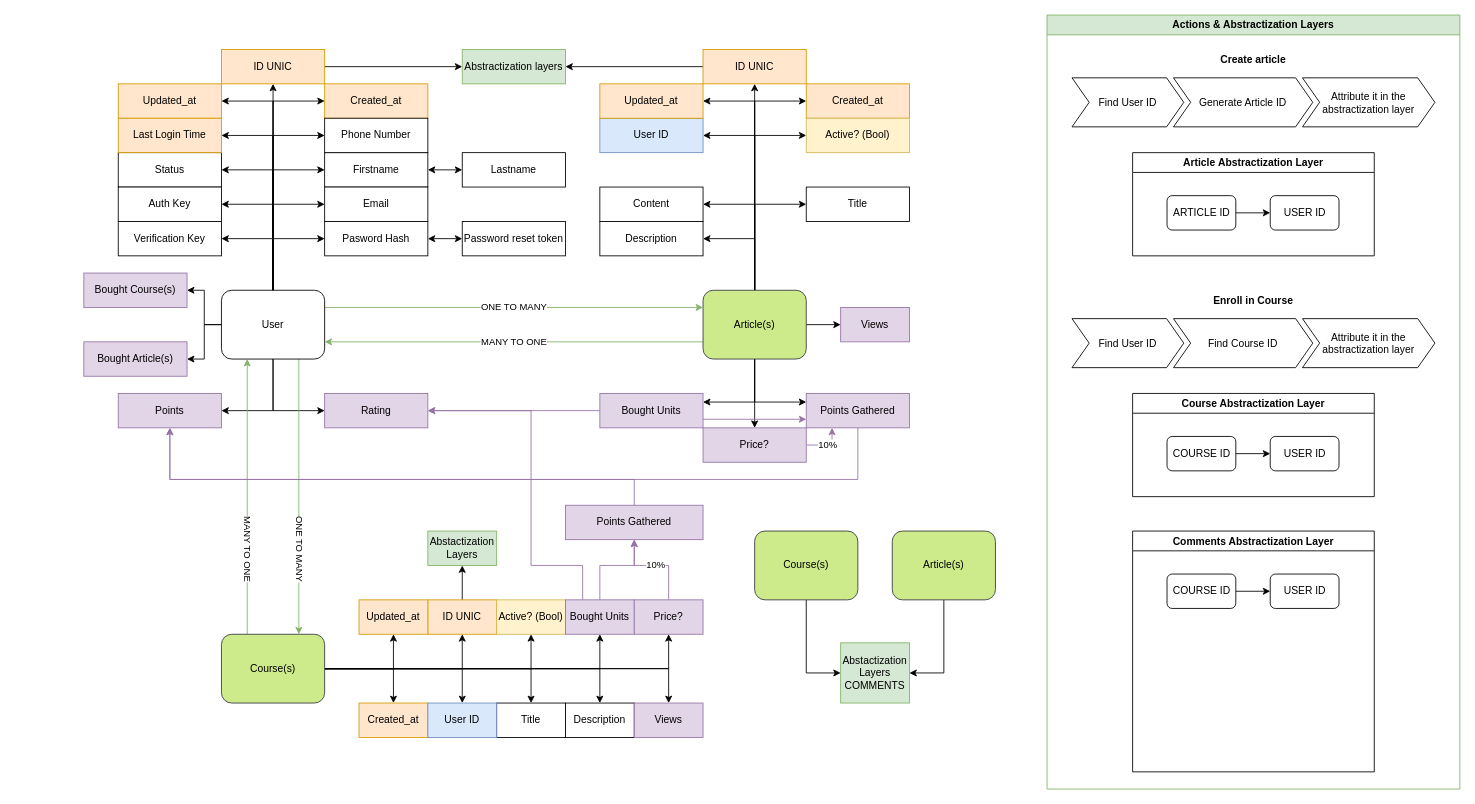
Before: docs/SkillSwap Structure.drawio in AndreicuD/SkillSwap, a draw.io diagram. Source tidied: cells renumbered, new cells numbered last; positions are measured from the earlier drawing's top-left corner, leaving out a move shared by most shapes. Both pictures are drawn from the tidied source at 86%, with x=0, y=0 at pixel (83, 15).
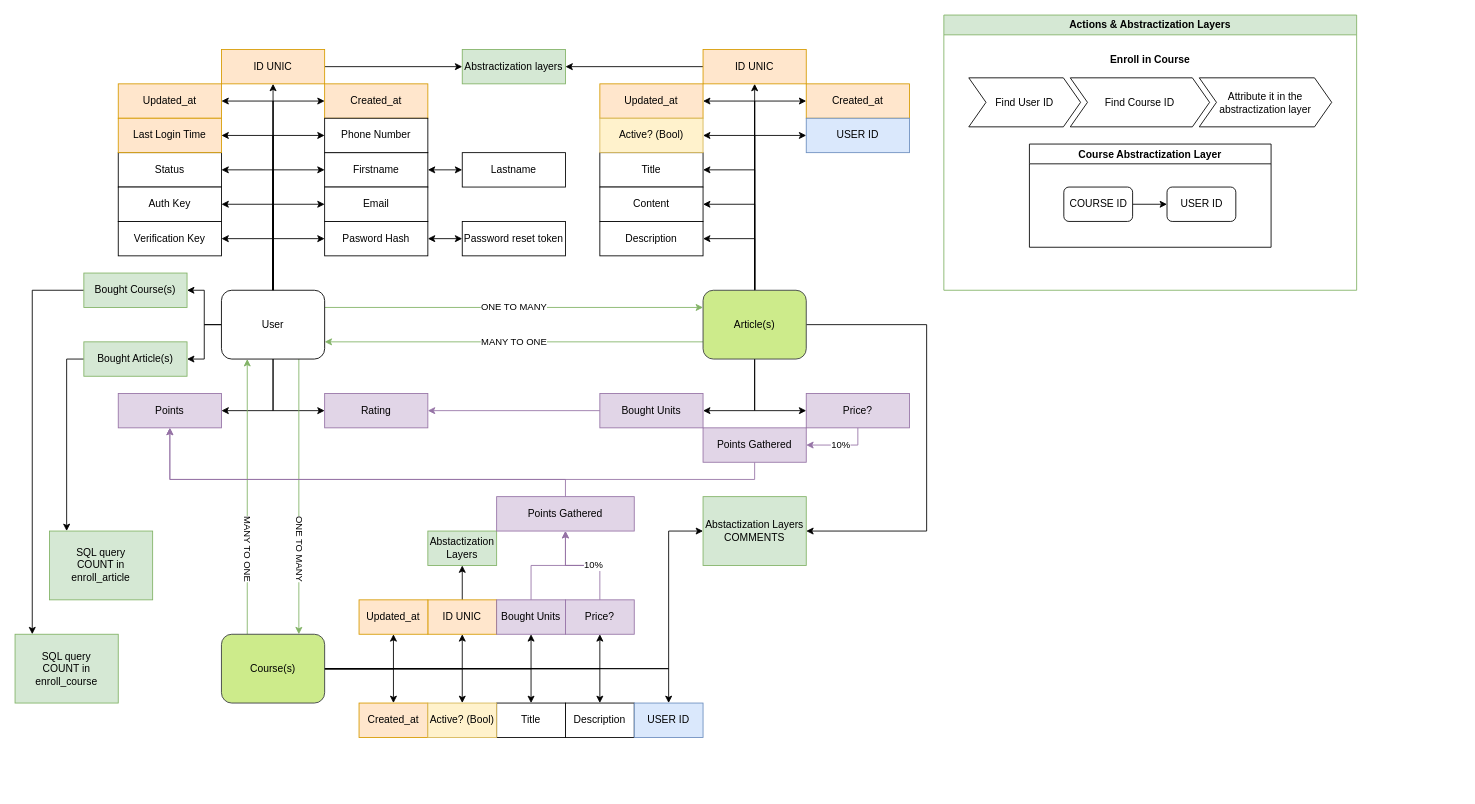
Above is the later version.

The change refers to these unchanged cells:
```xml
<mxCell id="18" value="User" style="rounded=1;whiteSpace=wrap;html=1;" parent="1" vertex="1">
  <mxGeometry x="160" y="320" width="120" height="80" as="geometry" />
</mxCell>
<mxCell id="45" value="&lt;div&gt;Article(s)&lt;/div&gt;" style="rounded=1;whiteSpace=wrap;html=1;glass=0;shadow=0;fillColor=#cdeb8b;strokeColor=#36393d;" parent="1" vertex="1">
  <mxGeometry x="720" y="320" width="120" height="80" as="geometry" />
</mxCell>
<mxCell id="50" value="Content" style="rounded=0;whiteSpace=wrap;html=1;" parent="1" vertex="1">
  <mxGeometry x="600" y="200" width="120" height="40" as="geometry" />
</mxCell>
<mxCell id="56" value="Rating" style="rounded=0;whiteSpace=wrap;html=1;fillColor=#e1d5e7;strokeColor=#9673a6;" parent="1" vertex="1">
  <mxGeometry x="280" y="440" width="120" height="40" as="geometry" />
</mxCell>
<mxCell id="57" value="&lt;div&gt;Points&lt;/div&gt;" style="rounded=0;whiteSpace=wrap;html=1;fillColor=#e1d5e7;strokeColor=#9673a6;" parent="1" vertex="1">
  <mxGeometry x="40" y="440" width="120" height="40" as="geometry" />
</mxCell>
<mxCell id="62" value="Bought Units" style="rounded=0;whiteSpace=wrap;html=1;fillColor=#e1d5e7;strokeColor=#9673a6;" parent="1" vertex="1">
  <mxGeometry x="600" y="440" width="120" height="40" as="geometry" />
</mxCell>
<mxCell id="65" value="Description" style="rounded=0;whiteSpace=wrap;html=1;" parent="1" vertex="1">
  <mxGeometry x="600" y="240" width="120" height="40" as="geometry" />
</mxCell>
<mxCell id="98" value="&lt;div&gt;Course(s)&lt;/div&gt;" style="rounded=1;whiteSpace=wrap;html=1;glass=0;shadow=0;fillColor=#cdeb8b;strokeColor=#36393d;" parent="1" vertex="1">
  <mxGeometry x="160" y="720" width="120" height="80" as="geometry" />
</mxCell>
```

Diff of the diagram source:
```diff
@@
-    <mxCell id="33" style="edgeStyle=orthogonalEdgeStyle;rounded=0;jettySize=auto;html=1;exitX=0.5;exitY=0;exitDx=0;exitDy=0;entryX=1;entryY=0.5;entryDx=0;entryDy=0;" parent="1" edge="1" source="45" target="48">
-      <mxGeometry relative="1" as="geometry" />
-    </mxCell>
@@
+    <mxCell id="40" value="MANY TO ONE" style="edgeStyle=orthogonalEdgeStyle;rounded=0;jettySize=auto;html=1;exitX=0;exitY=0.75;exitDx=0;exitDy=0;entryX=1;entryY=0.75;entryDx=0;entryDy=0;fillColor=#d5e8d4;strokeColor=#82b366;" parent="1" edge="1" source="45" target="18">
+      <mxGeometry relative="1" as="geometry" />
+    </mxCell>
+    <mxCell id="42" style="edgeStyle=orthogonalEdgeStyle;rounded=0;jettySize=auto;html=1;exitX=0.5;exitY=0;exitDx=0;exitDy=0;entryX=1;entryY=0.5;entryDx=0;entryDy=0;" parent="1" edge="1" source="45" target="65">
+      <mxGeometry relative="1" as="geometry" />
+    </mxCell>
+    <mxCell id="43" style="edgeStyle=orthogonalEdgeStyle;rounded=0;jettySize=auto;html=1;exitX=0.5;exitY=0;exitDx=0;exitDy=0;entryX=1;entryY=0.5;entryDx=0;entryDy=0;" parent="1" edge="1" source="45" target="50">
+      <mxGeometry relative="1" as="geometry" />
+    </mxCell>
-    <mxCell id="36" style="edgeStyle=orthogonalEdgeStyle;rounded=0;jettySize=auto;html=1;exitX=0.5;exitY=0;exitDx=0;exitDy=0;entryX=0;entryY=0.5;entryDx=0;entryDy=0;" parent="1" edge="1" source="45" target="49">
+    <mxCell id="36" style="edgeStyle=orthogonalEdgeStyle;rounded=0;jettySize=auto;html=1;exitX=0.5;exitY=0;exitDx=0;exitDy=0;entryX=1;entryY=0.5;entryDx=0;entryDy=0;" parent="1" edge="1" source="45" target="49">
       <mxGeometry relative="1" as="geometry" />
     </mxCell>
-    <mxCell id="37" style="edgeStyle=orthogonalEdgeStyle;rounded=0;jettySize=auto;html=1;exitX=0.5;exitY=0;exitDx=0;exitDy=0;entryX=0;entryY=0.5;entryDx=0;entryDy=0;" parent="1" edge="1" source="45" target="55">
+    <mxCell id="37" style="edgeStyle=orthogonalEdgeStyle;rounded=0;jettySize=auto;html=1;exitX=0.5;exitY=0;exitDx=0;exitDy=0;entryX=1;entryY=0.5;entryDx=0;entryDy=0;" parent="1" edge="1" source="45" target="55">
       <mxGeometry relative="1" as="geometry" />
     </mxCell>
-    <mxCell id="38" style="edgeStyle=orthogonalEdgeStyle;rounded=0;jettySize=auto;html=1;exitX=0.5;exitY=1;exitDx=0;exitDy=0;entryX=0;entryY=0.25;entryDx=0;entryDy=0;" parent="1" edge="1" source="45" target="59">
-      <mxGeometry relative="1" as="geometry" />
-    </mxCell>
+    <mxCell id="41" style="edgeStyle=orthogonalEdgeStyle;rounded=0;jettySize=auto;html=1;exitX=0.5;exitY=1;exitDx=0;exitDy=0;entryX=1;entryY=0.5;entryDx=0;entryDy=0;" parent="1" edge="1" source="45" target="62">
+      <mxGeometry relative="1" as="geometry" />
+    </mxCell>
-    <mxCell id="39" style="edgeStyle=orthogonalEdgeStyle;rounded=0;jettySize=auto;html=1;exitX=0.5;exitY=1;exitDx=0;exitDy=0;" parent="1" edge="1" source="45" target="64">
+    <mxCell id="39" style="edgeStyle=orthogonalEdgeStyle;rounded=0;jettySize=auto;html=1;exitX=0.5;exitY=1;exitDx=0;exitDy=0;entryX=0;entryY=0.5;entryDx=0;entryDy=0;" parent="1" edge="1" source="45" target="64">
       <mxGeometry relative="1" as="geometry" />
     </mxCell>
-    <mxCell id="40" value="MANY TO ONE" style="edgeStyle=orthogonalEdgeStyle;rounded=0;jettySize=auto;html=1;exitX=0;exitY=0.75;exitDx=0;exitDy=0;entryX=1;entryY=0.75;entryDx=0;entryDy=0;fillColor=#d5e8d4;strokeColor=#82b366;" parent="1" edge="1" source="45" target="18">
-      <mxGeometry relative="1" as="geometry" />
-    </mxCell>
-    <mxCell id="41" style="edgeStyle=orthogonalEdgeStyle;rounded=0;jettySize=auto;html=1;exitX=0.5;exitY=1;exitDx=0;exitDy=0;entryX=1;entryY=0.25;entryDx=0;entryDy=0;" parent="1" edge="1" source="45" target="62">
-      <mxGeometry relative="1" as="geometry" />
-    </mxCell>
-    <mxCell id="42" style="edgeStyle=orthogonalEdgeStyle;rounded=0;jettySize=auto;html=1;exitX=0.5;exitY=0;exitDx=0;exitDy=0;entryX=1;entryY=0.5;entryDx=0;entryDy=0;" parent="1" edge="1" source="45" target="65">
-      <mxGeometry relative="1" as="geometry" />
-    </mxCell>
-    <mxCell id="43" style="edgeStyle=orthogonalEdgeStyle;rounded=0;jettySize=auto;html=1;exitX=0.5;exitY=0;exitDx=0;exitDy=0;entryX=1;entryY=0.5;entryDx=0;entryDy=0;" parent="1" edge="1" source="45" target="50">
-      <mxGeometry relative="1" as="geometry" />
-    </mxCell>
-    <mxCell id="44" style="edgeStyle=orthogonalEdgeStyle;rounded=0;jettySize=auto;html=1;exitX=1;exitY=0.5;exitDx=0;exitDy=0;entryX=0;entryY=0.5;entryDx=0;entryDy=0;" parent="1" edge="1" source="45" target="108">
-      <mxGeometry relative="1" as="geometry" />
-    </mxCell>
+    <mxCell id="127" style="edgeStyle=orthogonalEdgeStyle;rounded=0;jettySize=auto;html=1;exitX=1;exitY=0.5;exitDx=0;exitDy=0;entryX=1;entryY=0.5;entryDx=0;entryDy=0;" parent="1" edge="1" source="45" target="125">
+      <mxGeometry relative="1" as="geometry">
+        <Array as="points">
+          <mxPoint x="980" y="360" />
+          <mxPoint x="980" y="600" />
+        </Array>
+      </mxGeometry>
+    </mxCell>
+    <mxCell id="128" style="edgeStyle=orthogonalEdgeStyle;rounded=0;jettySize=auto;html=1;exitX=0.5;exitY=0;exitDx=0;exitDy=0;entryX=0;entryY=0.5;entryDx=0;entryDy=0;" parent="1" edge="1" source="45" target="135">
+      <mxGeometry relative="1" as="geometry" />
+    </mxCell>
@@
-    <mxCell id="48" value="User ID" style="rounded=0;whiteSpace=wrap;html=1;fillColor=#dae8fc;strokeColor=#6c8ebf;" parent="1" vertex="1">
-      <mxGeometry x="600" y="120" width="120" height="40" as="geometry" />
-    </mxCell>
     <mxCell id="49" value="&lt;div&gt;Title&lt;/div&gt;" style="rounded=0;whiteSpace=wrap;html=1;" parent="1" vertex="1">
-      <mxGeometry x="840" y="200" width="120" height="40" as="geometry" />
+      <mxGeometry x="600" y="160" width="120" height="40" as="geometry" />
     </mxCell>
@@
     <mxCell id="55" value="Active? (Bool)" style="rounded=0;whiteSpace=wrap;html=1;fillColor=#fff2cc;strokeColor=#d6b656;" parent="1" vertex="1">
-      <mxGeometry x="840" y="120" width="120" height="40" as="geometry" />
+      <mxGeometry x="600" y="120" width="120" height="40" as="geometry" />
     </mxCell>
@@
     <mxCell id="58" style="edgeStyle=orthogonalEdgeStyle;rounded=0;jettySize=auto;html=1;exitX=0.5;exitY=1;exitDx=0;exitDy=0;entryX=0.5;entryY=1;entryDx=0;entryDy=0;fillColor=#e1d5e7;strokeColor=#9673a6;" parent="1" edge="1" source="59" target="57">
-      <mxGeometry relative="1" as="geometry">
-        <Array as="points">
-          <mxPoint x="900" y="540" />
-          <mxPoint x="100" y="540" />
-        </Array>
-      </mxGeometry>
+      <mxGeometry relative="1" as="geometry" />
     </mxCell>
     <mxCell id="59" value="Points Gathered" style="rounded=0;whiteSpace=wrap;html=1;fillColor=#e1d5e7;strokeColor=#9673a6;" parent="1" vertex="1">
-      <mxGeometry x="840" y="440" width="120" height="40" as="geometry" />
+      <mxGeometry x="720" y="480" width="120" height="40" as="geometry" />
     </mxCell>
@@
-    <mxCell id="61" style="edgeStyle=orthogonalEdgeStyle;rounded=0;jettySize=auto;html=1;exitX=1;exitY=0.75;exitDx=0;exitDy=0;entryX=0;entryY=0.75;entryDx=0;entryDy=0;fillColor=#e1d5e7;strokeColor=#9673a6;" parent="1" edge="1" source="62" target="59">
-      <mxGeometry relative="1" as="geometry" />
-    </mxCell>
@@
-    <mxCell id="63" value="10%" style="edgeStyle=orthogonalEdgeStyle;rounded=0;jettySize=auto;html=1;exitX=1;exitY=0.5;exitDx=0;exitDy=0;entryX=0.25;entryY=1;entryDx=0;entryDy=0;fillColor=#e1d5e7;strokeColor=#9673a6;" parent="1" edge="1" source="64" target="59">
+    <mxCell id="63" value="10%" style="edgeStyle=orthogonalEdgeStyle;rounded=0;jettySize=auto;html=1;exitX=0.5;exitY=1;exitDx=0;exitDy=0;entryX=1;entryY=0.5;entryDx=0;entryDy=0;fillColor=#e1d5e7;strokeColor=#9673a6;" parent="1" edge="1" source="64" target="59">
       <mxGeometry relative="1" as="geometry" />
     </mxCell>
     <mxCell id="64" value="Price?" style="rounded=0;whiteSpace=wrap;html=1;fillColor=#e1d5e7;strokeColor=#9673a6;" parent="1" vertex="1">
-      <mxGeometry x="720" y="480" width="120" height="40" as="geometry" />
+      <mxGeometry x="840" y="440" width="120" height="40" as="geometry" />
     </mxCell>
@@
     <mxCell id="66" value="Actions &amp;amp; Abstractization Layers" style="swimlane;horizontal=1;whiteSpace=wrap;html=1;fillStyle=auto;rounded=0;glass=0;swimlaneFillColor=none;fillColor=#d5e8d4;shadow=0;strokeColor=#82b366;" parent="1" vertex="1">
-      <mxGeometry x="1120" width="480" height="900" as="geometry" />
+      <mxGeometry x="1000" width="480" height="320" as="geometry" />
     </mxCell>
-    <mxCell id="67" value="Article Abstractization Layer" style="swimlane;swimlaneFillColor=default;" parent="66" vertex="1">
-      <mxGeometry x="99.5" y="160" width="281" height="120" as="geometry" />
-    </mxCell>
-    <mxCell id="68" value="USER ID" style="rounded=1;whiteSpace=wrap;html=1;" parent="67" vertex="1">
-      <mxGeometry x="160" y="50" width="80" height="40" as="geometry" />
-    </mxCell>
-    <mxCell id="69" style="edgeStyle=orthogonalEdgeStyle;rounded=0;jettySize=auto;html=1;exitX=1;exitY=0.5;exitDx=0;exitDy=0;entryX=0;entryY=0.5;entryDx=0;entryDy=0;" parent="67" edge="1" source="70" target="68">
-      <mxGeometry relative="1" as="geometry" />
-    </mxCell>
-    <mxCell id="70" value="ARTICLE ID" style="rounded=1;whiteSpace=wrap;html=1;" parent="67" vertex="1">
-      <mxGeometry x="40" y="50" width="80" height="40" as="geometry" />
-    </mxCell>
     <mxCell id="71" value="Course Abstractization Layer" style="swimlane;swimlaneFillColor=default;" parent="66" vertex="1">
-      <mxGeometry x="99.5" y="440" width="281" height="120" as="geometry" />
+      <mxGeometry x="99.5" y="150" width="281" height="120" as="geometry" />
     </mxCell>
@@
     <mxCell id="75" value="Enroll in Course" style="swimlane;horizontal=1;fillColor=none;strokeColor=none;stackBorder=10;align=center;whiteSpace=wrap;html=1;" parent="66" vertex="1">
-      <mxGeometry x="19" y="320" width="442" height="100" as="geometry" />
+      <mxGeometry x="19" y="40" width="442" height="100" as="geometry" />
     </mxCell>
@@
-    <mxCell id="79" value="Create article" style="swimlane;horizontal=1;fillColor=none;strokeColor=none;stackBorder=10;align=center;whiteSpace=wrap;html=1;shadow=0;" parent="66" vertex="1">
-      <mxGeometry x="19" y="40" width="442" height="100" as="geometry" />
-    </mxCell>
-    <mxCell id="80" value="Find User ID" style="shape=step;perimeter=stepPerimeter;fixedSize=1;whiteSpace=wrap;html=1;" parent="79" vertex="1">
-      <mxGeometry x="10" y="33" width="130" height="57" as="geometry" />
-    </mxCell>
-    <mxCell id="81" value="Generate Article ID" style="shape=step;perimeter=stepPerimeter;fixedSize=1;whiteSpace=wrap;html=1;" parent="79" vertex="1">
-      <mxGeometry x="128" y="33" width="162" height="57" as="geometry" />
-    </mxCell>
-    <mxCell id="82" value="Attribute it in the abstractization layer" style="shape=step;perimeter=stepPerimeter;fixedSize=1;whiteSpace=wrap;html=1;" parent="79" vertex="1">
-      <mxGeometry x="278" y="33" width="154" height="57" as="geometry" />
-    </mxCell>
-    <mxCell id="83" value="Comments Abstractization Layer" style="swimlane;swimlaneFillColor=default;rounded=0;" parent="66" vertex="1">
-      <mxGeometry x="99.5" y="600" width="281" height="280" as="geometry" />
-    </mxCell>
-    <mxCell id="84" value="USER ID" style="rounded=1;whiteSpace=wrap;html=1;" parent="83" vertex="1">
-      <mxGeometry x="160" y="50" width="80" height="40" as="geometry" />
-    </mxCell>
-    <mxCell id="85" style="edgeStyle=orthogonalEdgeStyle;rounded=0;jettySize=auto;html=1;exitX=1;exitY=0.5;exitDx=0;exitDy=0;entryX=0;entryY=0.5;entryDx=0;entryDy=0;" parent="83" edge="1" source="86" target="84">
-      <mxGeometry relative="1" as="geometry" />
-    </mxCell>
-    <mxCell id="86" value="COURSE ID" style="rounded=1;whiteSpace=wrap;html=1;comic=0;direction=east;noLabel=0;" parent="83" vertex="1">
-      <mxGeometry x="40" y="50" width="80" height="40" as="geometry" />
-    </mxCell>
@@
-    <mxCell id="91" style="edgeStyle=orthogonalEdgeStyle;rounded=0;jettySize=auto;html=1;exitX=1;exitY=0.5;exitDx=0;exitDy=0;entryX=0.5;entryY=1;entryDx=0;entryDy=0;" parent="1" edge="1" source="98" target="105">
-      <mxGeometry relative="1" as="geometry" />
-    </mxCell>
-    <mxCell id="92" style="edgeStyle=orthogonalEdgeStyle;rounded=0;jettySize=auto;html=1;exitX=1;exitY=0.5;exitDx=0;exitDy=0;entryX=0.5;entryY=0;entryDx=0;entryDy=0;" parent="1" edge="1" source="98" target="109">
-      <mxGeometry relative="1" as="geometry" />
-    </mxCell>
-    <mxCell id="93" style="edgeStyle=orthogonalEdgeStyle;rounded=0;jettySize=auto;html=1;exitX=1;exitY=0.5;exitDx=0;exitDy=0;entryX=0.5;entryY=0;entryDx=0;entryDy=0;" parent="1" edge="1" source="98" target="117">
-      <mxGeometry relative="1" as="geometry" />
-    </mxCell>
@@
+    <mxCell id="129" style="edgeStyle=orthogonalEdgeStyle;rounded=0;jettySize=auto;html=1;exitX=1;exitY=0.5;exitDx=0;exitDy=0;entryX=0;entryY=0.5;entryDx=0;entryDy=0;" parent="1" edge="1" source="98" target="125">
+      <mxGeometry relative="1" as="geometry">
+        <Array as="points">
+          <mxPoint x="680" y="760" />
+          <mxPoint x="680" y="600" />
+        </Array>
+      </mxGeometry>
+    </mxCell>
+    <mxCell id="130" style="edgeStyle=orthogonalEdgeStyle;rounded=0;jettySize=auto;html=1;exitX=1;exitY=0.5;exitDx=0;exitDy=0;entryX=0.5;entryY=0;entryDx=0;entryDy=0;" parent="1" edge="1" source="98" target="136">
+      <mxGeometry relative="1" as="geometry" />
+    </mxCell>
+    <mxCell id="91" style="edgeStyle=orthogonalEdgeStyle;rounded=0;jettySize=auto;html=1;exitX=1;exitY=0.5;exitDx=0;exitDy=0;entryX=0.5;entryY=0;entryDx=0;entryDy=0;" parent="1" edge="1" source="98" target="105">
+      <mxGeometry relative="1" as="geometry" />
+    </mxCell>
@@
     <mxCell id="105" value="Active? (Bool)" style="rounded=0;whiteSpace=wrap;html=1;fillColor=#fff2cc;strokeColor=#d6b656;" parent="1" vertex="1">
-      <mxGeometry x="480" y="680" width="80" height="40" as="geometry" />
+      <mxGeometry x="400" y="800" width="80" height="40" as="geometry" />
     </mxCell>
@@
-    <mxCell id="108" value="Views" style="rounded=0;whiteSpace=wrap;html=1;fillColor=#e1d5e7;strokeColor=#9673a6;" parent="1" vertex="1">
-      <mxGeometry x="880" y="340" width="80" height="40" as="geometry" />
-    </mxCell>
-    <mxCell id="109" value="User ID" style="rounded=0;whiteSpace=wrap;html=1;fillColor=#dae8fc;strokeColor=#6c8ebf;" parent="1" vertex="1">
-      <mxGeometry x="400" y="800" width="80" height="40" as="geometry" />
-    </mxCell>
     <mxCell id="110" style="edgeStyle=orthogonalEdgeStyle;rounded=0;jettySize=auto;html=1;exitX=0.5;exitY=0;exitDx=0;exitDy=0;entryX=0.5;entryY=1;entryDx=0;entryDy=0;fillColor=#e1d5e7;strokeColor=#9673a6;" parent="1" edge="1" source="111" target="57">
       <mxGeometry relative="1" as="geometry">
         <Array as="points">
-          <mxPoint x="640" y="540" />
+          <mxPoint x="560" y="540" />
           <mxPoint x="100" y="540" />
         </Array>
       </mxGeometry>
     </mxCell>
     <mxCell id="111" value="Points Gathered" style="rounded=0;whiteSpace=wrap;html=1;fillColor=#e1d5e7;strokeColor=#9673a6;" parent="1" vertex="1">
-      <mxGeometry x="560" y="570" width="160" height="40" as="geometry" />
+      <mxGeometry x="480" y="560" width="160" height="40" as="geometry" />
     </mxCell>
@@
-    <mxCell id="113" style="edgeStyle=orthogonalEdgeStyle;rounded=0;jettySize=auto;html=1;exitX=0.25;exitY=0;exitDx=0;exitDy=0;entryX=1;entryY=0.5;entryDx=0;entryDy=0;fillColor=#e1d5e7;strokeColor=#9673a6;" parent="1" edge="1" source="114" target="56">
-      <mxGeometry relative="1" as="geometry">
-        <Array as="points">
-          <mxPoint x="580" y="640" />
-          <mxPoint x="520" y="640" />
-          <mxPoint x="520" y="460" />
-        </Array>
-      </mxGeometry>
-    </mxCell>
     <mxCell id="114" value="Bought Units" style="rounded=0;whiteSpace=wrap;html=1;fillColor=#e1d5e7;strokeColor=#9673a6;" parent="1" vertex="1">
-      <mxGeometry x="560" y="680" width="80" height="40" as="geometry" />
+      <mxGeometry x="480" y="680" width="80" height="40" as="geometry" />
     </mxCell>
-    <mxCell id="115" value="10%" style="edgeStyle=orthogonalEdgeStyle;rounded=0;jettySize=auto;html=1;exitX=0.5;exitY=0;exitDx=0;exitDy=0;entryX=0.5;entryY=1;entryDx=0;entryDy=0;fillColor=#e1d5e7;strokeColor=#9673a6;" parent="1" edge="1" source="116" target="111">
-      <mxGeometry relative="1" as="geometry">
-        <Array as="points">
-          <mxPoint x="680" y="640" />
-          <mxPoint x="640" y="640" />
-        </Array>
-      </mxGeometry>
+    <mxCell id="115" value="10%" style="edgeStyle=orthogonalEdgeStyle;rounded=0;jettySize=auto;html=1;exitX=0.5;exitY=0;exitDx=0;exitDy=0;entryX=0.5;entryY=1;entryDx=0;entryDy=0;align=left;fillColor=#e1d5e7;strokeColor=#9673a6;" parent="1" edge="1" source="116" target="111">
+      <mxGeometry relative="1" as="geometry" />
     </mxCell>
     <mxCell id="116" value="Price?" style="rounded=0;whiteSpace=wrap;html=1;fillColor=#e1d5e7;strokeColor=#9673a6;" parent="1" vertex="1">
-      <mxGeometry x="640" y="680" width="80" height="40" as="geometry" />
+      <mxGeometry x="560" y="680" width="80" height="40" as="geometry" />
     </mxCell>
-    <mxCell id="117" value="Views" style="rounded=0;whiteSpace=wrap;html=1;fillColor=#e1d5e7;strokeColor=#9673a6;" parent="1" vertex="1">
-      <mxGeometry x="640" y="800" width="80" height="40" as="geometry" />
-    </mxCell>
+    <mxCell id="131" style="edgeStyle=orthogonalEdgeStyle;rounded=0;jettySize=auto;html=1;" parent="1" edge="1" source="118" target="133">
+      <mxGeometry relative="1" as="geometry">
+        <Array as="points">
+          <mxPoint x="-60" y="320" />
+        </Array>
+      </mxGeometry>
+    </mxCell>
-    <mxCell id="118" value="Bought Course(s)" style="rounded=0;whiteSpace=wrap;html=1;fillColor=#e1d5e7;strokeColor=#9673a6;" parent="1" vertex="1">
+    <mxCell id="118" value="Bought Course(s)" style="rounded=0;whiteSpace=wrap;html=1;fillColor=#d5e8d4;strokeColor=#82b366;" parent="1" vertex="1">
       <mxGeometry y="300" width="120" height="40" as="geometry" />
     </mxCell>
+    <mxCell id="132" style="edgeStyle=orthogonalEdgeStyle;rounded=0;jettySize=auto;html=1;" parent="1" edge="1" source="119" target="134">
+      <mxGeometry relative="1" as="geometry">
+        <Array as="points">
+          <mxPoint x="-20" y="400" />
+        </Array>
+      </mxGeometry>
+    </mxCell>
-    <mxCell id="119" value="Bought Article(s)" style="rounded=0;whiteSpace=wrap;html=1;fillColor=#e1d5e7;strokeColor=#9673a6;" parent="1" vertex="1">
+    <mxCell id="119" value="Bought Article(s)" style="rounded=0;whiteSpace=wrap;html=1;fillColor=#d5e8d4;strokeColor=#82b366;" parent="1" vertex="1">
       <mxGeometry y="380" width="120" height="40" as="geometry" />
     </mxCell>
@@
-    <mxCell id="121" style="edgeStyle=orthogonalEdgeStyle;rounded=0;jettySize=auto;html=1;exitX=0.5;exitY=1;exitDx=0;exitDy=0;entryX=0;entryY=0.5;entryDx=0;entryDy=0;" parent="1" edge="1" source="122" target="125">
-      <mxGeometry relative="1" as="geometry" />
-    </mxCell>
-    <mxCell id="122" value="&lt;div&gt;Course(s)&lt;/div&gt;" style="rounded=1;whiteSpace=wrap;html=1;glass=0;shadow=0;fillColor=#cdeb8b;strokeColor=#36393d;" parent="1" vertex="1">
-      <mxGeometry x="780" y="600" width="120" height="80" as="geometry" />
-    </mxCell>
-    <mxCell id="123" style="edgeStyle=orthogonalEdgeStyle;rounded=0;jettySize=auto;html=1;exitX=0.5;exitY=1;exitDx=0;exitDy=0;entryX=1;entryY=0.5;entryDx=0;entryDy=0;" parent="1" edge="1" source="124" target="125">
-      <mxGeometry relative="1" as="geometry" />
-    </mxCell>
-    <mxCell id="124" value="&lt;div&gt;Article(s)&lt;/div&gt;" style="rounded=1;whiteSpace=wrap;html=1;glass=0;shadow=0;fillColor=#cdeb8b;strokeColor=#36393d;" parent="1" vertex="1">
-      <mxGeometry x="940" y="600" width="120" height="80" as="geometry" />
-    </mxCell>
     <mxCell id="125" value="&lt;div&gt;Abstactization Layers&lt;/div&gt;COMMENTS" style="rounded=0;whiteSpace=wrap;html=1;fillColor=#d5e8d4;strokeColor=#82b366;" parent="1" vertex="1">
-      <mxGeometry x="880" y="730" width="80" height="70" as="geometry" />
+      <mxGeometry x="720" y="560" width="120" height="80" as="geometry" />
     </mxCell>
@@
+    <mxCell id="133" value="SQL query&lt;div&gt;COUNT in enroll_course&lt;/div&gt;" style="rounded=0;whiteSpace=wrap;html=1;fillColor=#d5e8d4;strokeColor=#82b366;" parent="1" vertex="1">
+      <mxGeometry x="-80" y="720" width="120" height="80" as="geometry" />
+    </mxCell>
+    <mxCell id="134" value="SQL query&lt;div&gt;COUNT in enroll_article&lt;/div&gt;" style="rounded=0;whiteSpace=wrap;html=1;fillColor=#d5e8d4;strokeColor=#82b366;" parent="1" vertex="1">
+      <mxGeometry x="-40" y="600" width="120" height="80" as="geometry" />
+    </mxCell>
+    <mxCell id="135" value="USER ID" style="rounded=0;whiteSpace=wrap;html=1;fillColor=#dae8fc;strokeColor=#6c8ebf;" parent="1" vertex="1">
+      <mxGeometry x="840" y="120" width="120" height="40" as="geometry" />
+    </mxCell>
+    <mxCell id="136" value="USER ID" style="rounded=0;whiteSpace=wrap;html=1;fillColor=#dae8fc;strokeColor=#6c8ebf;" parent="1" vertex="1">
+      <mxGeometry x="640" y="800" width="80" height="40" as="geometry" />
+    </mxCell>
```
